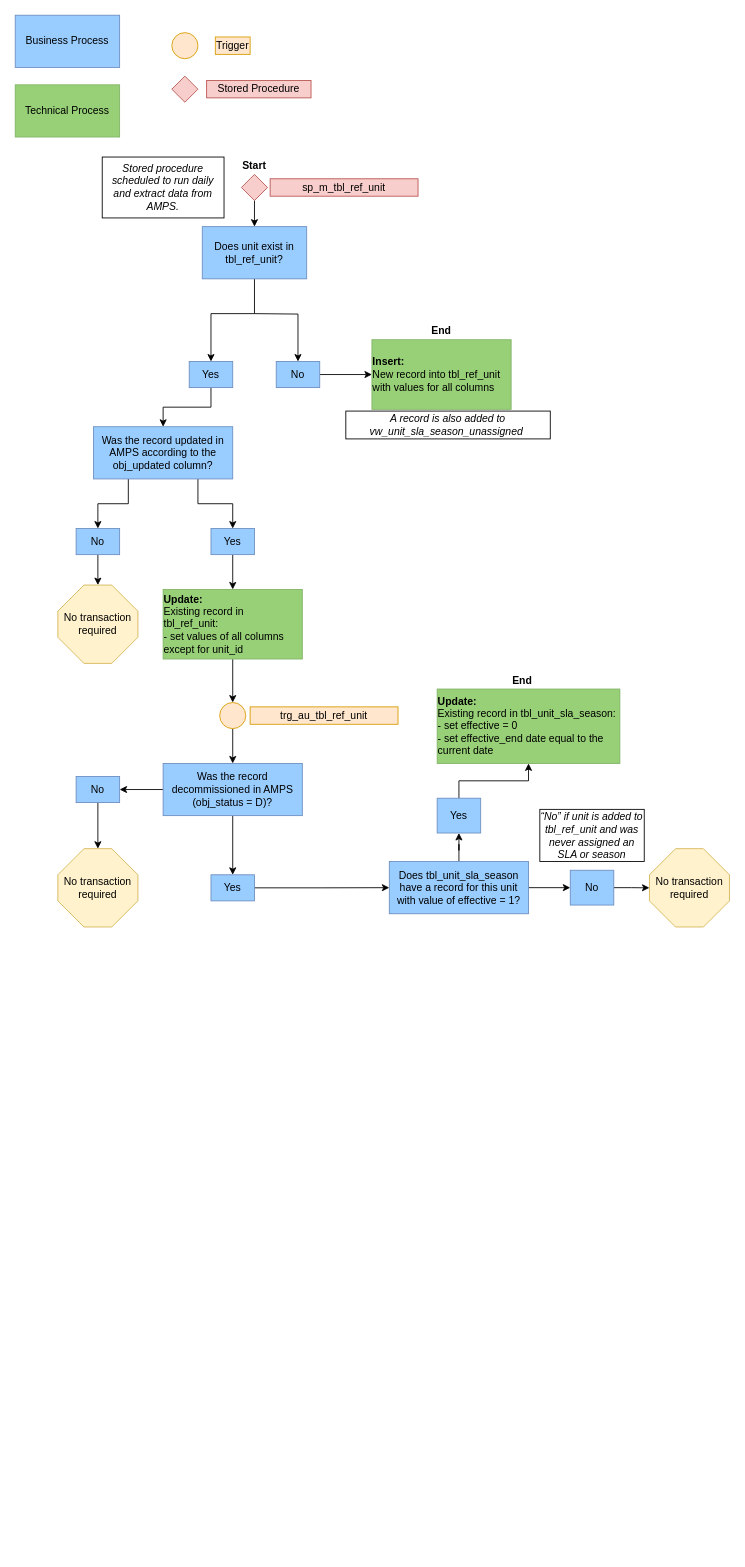
Before: images/diagram4.drawio in NYC-Parks/SLADB, a draw.io diagram. Source tidied: cells renumbered, new cells numbered last; positions are measured from the earlier drawing's top-left corner, leaving out a move shared by most shapes. Both pictures are drawn from the tidied source at 87%, with x=0, y=0 at pixel (15, 15).
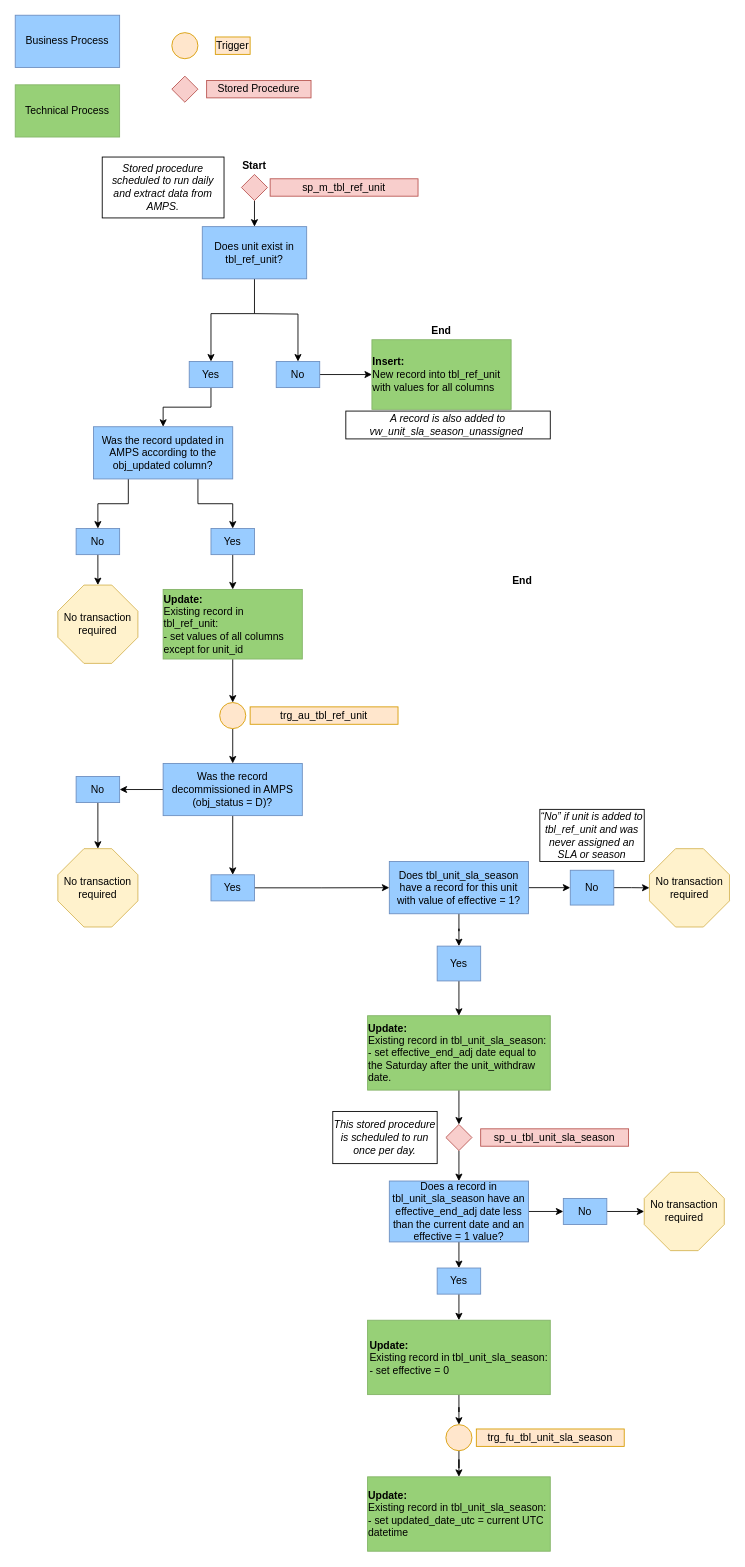
The same page after the edit.

The edit, as a diff of the source:
```diff
@@
-    <mxCell id="22" style="edgeStyle=orthogonalEdgeStyle;rounded=0;jettySize=auto;html=1;exitX=0.5;exitY=0;exitDx=0;exitDy=0;" parent="1" edge="1" source="23" target="27">
+    <mxCell id="22" style="edgeStyle=orthogonalEdgeStyle;rounded=0;jettySize=auto;html=1;exitX=0.5;exitY=1;exitDx=0;exitDy=0;entryX=0.5;entryY=0;entryDx=0;entryDy=0;" parent="1" edge="1" source="23" target="27">
       <mxGeometry relative="1" as="geometry" />
     </mxCell>
     <mxCell id="23" value="Yes" style="rounded=0;whiteSpace=wrap;html=1;fillColor=#99CCFF;strokeColor=#6c8ebf;" parent="1" vertex="1">
-      <mxGeometry x="485" y="900" width="50" height="40" as="geometry" />
+      <mxGeometry x="485" y="1070" width="50" height="40" as="geometry" />
     </mxCell>
@@
+    <mxCell id="55" style="edgeStyle=orthogonalEdgeStyle;rounded=0;jettySize=auto;html=1;exitX=0.5;exitY=1;exitDx=0;exitDy=0;entryX=0.5;entryY=0;entryDx=0;entryDy=0;" parent="1" edge="1" source="27" target="58">
+      <mxGeometry relative="1" as="geometry" />
+    </mxCell>
-    <mxCell id="27" value="&lt;div style=&quot;text-align: left&quot;&gt;&lt;b&gt;Update:&lt;/b&gt;&lt;/div&gt;&lt;div style=&quot;text-align: left&quot;&gt;Existing record in tbl_unit_sla_season:&lt;/div&gt;&lt;div style=&quot;text-align: left&quot;&gt;- set effective = 0&lt;/div&gt;&lt;div style=&quot;text-align: left&quot;&gt;- set effective_end date equal to the current date&lt;/div&gt;" style="rounded=0;whiteSpace=wrap;html=1;fillColor=#97D077;strokeColor=#82b366;" parent="1" vertex="1">
-      <mxGeometry x="485" y="774.5" width="210" height="85.5" as="geometry" />
+    <mxCell id="27" value="&lt;div style=&quot;text-align: left&quot;&gt;&lt;b&gt;Update:&lt;/b&gt;&lt;/div&gt;&lt;div style=&quot;text-align: left&quot;&gt;Existing record in tbl_unit_sla_season:&lt;/div&gt;&lt;div style=&quot;text-align: left&quot;&gt;&lt;span&gt;- set effective_end_adj date equal to the Saturday after the unit_withdraw date.&lt;/span&gt;&lt;br&gt;&lt;/div&gt;" style="rounded=0;whiteSpace=wrap;html=1;fillColor=#97D077;strokeColor=#82b366;" parent="1" vertex="1">
+      <mxGeometry x="405" y="1150" width="210" height="85.5" as="geometry" />
     </mxCell>
@@
     <mxCell id="52" value="End" style="text;html=1;strokeColor=none;fillColor=none;align=center;verticalAlign=middle;whiteSpace=wrap;rounded=0;fontStyle=1;" parent="1" vertex="1">
-      <mxGeometry x="563" y="754.5" width="40" height="20" as="geometry" />
+      <mxGeometry x="563" y="640" width="40" height="20" as="geometry" />
     </mxCell>
@@
+    <mxCell id="56" value="sp_u_tbl_unit_sla_season" style="text;html=1;strokeColor=#b85450;fillColor=#f8cecc;align=center;verticalAlign=middle;whiteSpace=wrap;rounded=0;" parent="1" vertex="1">
+      <mxGeometry x="535" y="1280" width="170" height="20" as="geometry" />
+    </mxCell>
+    <mxCell id="57" style="edgeStyle=orthogonalEdgeStyle;rounded=0;jettySize=auto;html=1;exitX=0.5;exitY=1;exitDx=0;exitDy=0;entryX=0.5;entryY=0;entryDx=0;entryDy=0;" parent="1" edge="1" source="58" target="61">
+      <mxGeometry relative="1" as="geometry" />
+    </mxCell>
+    <mxCell id="58" style="rhombus;whiteSpace=wrap;html=1;fillColor=#f8cecc;strokeColor=#b85450;" parent="1" vertex="1">
+      <mxGeometry x="495" y="1275" width="30" height="30" as="geometry" />
+    </mxCell>
+    <mxCell id="59" style="edgeStyle=orthogonalEdgeStyle;rounded=0;jettySize=auto;html=1;exitX=1;exitY=0.5;exitDx=0;exitDy=0;" parent="1" edge="1" source="61" target="65">
+      <mxGeometry relative="1" as="geometry" />
+    </mxCell>
+    <mxCell id="60" style="edgeStyle=orthogonalEdgeStyle;rounded=0;jettySize=auto;html=1;exitX=0.5;exitY=1;exitDx=0;exitDy=0;entryX=0.5;entryY=0;entryDx=0;entryDy=0;" parent="1" edge="1" source="61" target="63">
+      <mxGeometry relative="1" as="geometry" />
+    </mxCell>
+    <mxCell id="61" value="Does a record in tbl_unit_sla_season have an effective_end_adj date less than the current date and an effective = 1 value?" style="rounded=0;whiteSpace=wrap;html=1;fillColor=#99CCFF;strokeColor=#6c8ebf;" parent="1" vertex="1">
+      <mxGeometry x="430" y="1340" width="160" height="70" as="geometry" />
+    </mxCell>
+    <mxCell id="62" style="edgeStyle=orthogonalEdgeStyle;rounded=0;jettySize=auto;html=1;exitX=0.5;exitY=1;exitDx=0;exitDy=0;entryX=0.5;entryY=0;entryDx=0;entryDy=0;" parent="1" edge="1" source="63" target="68">
+      <mxGeometry relative="1" as="geometry" />
+    </mxCell>
+    <mxCell id="63" value="Yes" style="rounded=0;whiteSpace=wrap;html=1;fillColor=#99CCFF;strokeColor=#6c8ebf;" parent="1" vertex="1">
+      <mxGeometry x="485" y="1440" width="50" height="30" as="geometry" />
+    </mxCell>
+    <mxCell id="64" style="edgeStyle=orthogonalEdgeStyle;rounded=0;jettySize=auto;html=1;exitX=1;exitY=0.5;exitDx=0;exitDy=0;entryX=0;entryY=0.5;entryDx=0;entryDy=0;entryPerimeter=0;" parent="1" edge="1" source="65" target="66">
+      <mxGeometry relative="1" as="geometry" />
+    </mxCell>
+    <mxCell id="65" value="No" style="rounded=0;whiteSpace=wrap;html=1;fillColor=#99CCFF;strokeColor=#6c8ebf;" parent="1" vertex="1">
+      <mxGeometry x="630" y="1360" width="50" height="30" as="geometry" />
+    </mxCell>
+    <mxCell id="66" value="No transaction required" style="whiteSpace=wrap;html=1;shape=mxgraph.basic.octagon2;align=center;verticalAlign=middle;dx=15;fillColor=#fff2cc;strokeColor=#d6b656;" parent="1" vertex="1">
+      <mxGeometry x="723" y="1330" width="92" height="90" as="geometry" />
+    </mxCell>
+    <mxCell id="67" style="edgeStyle=orthogonalEdgeStyle;rounded=0;jettySize=auto;html=1;exitX=0.5;exitY=1;exitDx=0;exitDy=0;" parent="1" edge="1" source="68" target="71">
+      <mxGeometry relative="1" as="geometry" />
+    </mxCell>
+    <mxCell id="68" value="&lt;div style=&quot;text-align: left&quot;&gt;&lt;b&gt;Update:&lt;/b&gt;&lt;/div&gt;&lt;div style=&quot;text-align: left&quot;&gt;Existing record in tbl_unit_sla_season:&lt;/div&gt;&lt;div style=&quot;text-align: left&quot;&gt;&lt;span&gt;- set effective = 0&lt;/span&gt;&lt;br&gt;&lt;/div&gt;" style="rounded=0;whiteSpace=wrap;html=1;fillColor=#97D077;strokeColor=#82b366;" parent="1" vertex="1">
+      <mxGeometry x="405" y="1500" width="210" height="85.5" as="geometry" />
+    </mxCell>
+    <mxCell id="69" value="trg_fu_tbl_unit_sla_season" style="text;html=1;strokeColor=#d79b00;fillColor=#ffe6cc;align=center;verticalAlign=middle;whiteSpace=wrap;rounded=0;" parent="1" vertex="1">
+      <mxGeometry x="530" y="1625" width="170" height="20" as="geometry" />
+    </mxCell>
+    <mxCell id="70" style="edgeStyle=orthogonalEdgeStyle;rounded=0;jettySize=auto;html=1;" parent="1" edge="1" source="71" target="72">
+      <mxGeometry relative="1" as="geometry" />
+    </mxCell>
+    <mxCell id="71" style="ellipse;whiteSpace=wrap;html=1;fillColor=#ffe6cc;strokeColor=#d79b00;" parent="1" vertex="1">
+      <mxGeometry x="495" y="1620" width="30" height="30" as="geometry" />
+    </mxCell>
+    <mxCell id="72" value="&lt;div style=&quot;text-align: left&quot;&gt;&lt;b&gt;Update:&lt;/b&gt;&lt;/div&gt;&lt;div style=&quot;text-align: left&quot;&gt;Existing record in tbl_unit_sla_season:&lt;/div&gt;&lt;div style=&quot;text-align: left&quot;&gt;&lt;span&gt;- set updated_date_utc = current UTC datetime&lt;/span&gt;&lt;br&gt;&lt;/div&gt;" style="rounded=0;whiteSpace=wrap;html=1;fillColor=#97D077;strokeColor=#82b366;" parent="1" vertex="1">
+      <mxGeometry x="405" y="1680" width="210" height="85.5" as="geometry" />
+    </mxCell>
+    <mxCell id="73" value="&lt;span id=&quot;docs-internal-guid-5fe48b0e-7fff-a765-be8b-5b3e4f1d802c&quot;&gt;&lt;span style=&quot;font-family: &amp;#34;arial&amp;#34; ; background-color: transparent ; vertical-align: baseline&quot;&gt;&lt;font style=&quot;font-size: 12px&quot;&gt;This stored procedure is scheduled to run once per day.&lt;/font&gt;&lt;/span&gt;&lt;/span&gt;" style="rounded=0;whiteSpace=wrap;html=1;fillColor=none;fontStyle=2;" parent="1" vertex="1">
+      <mxGeometry x="365" y="1260" width="120" height="60" as="geometry" />
+    </mxCell>
```
